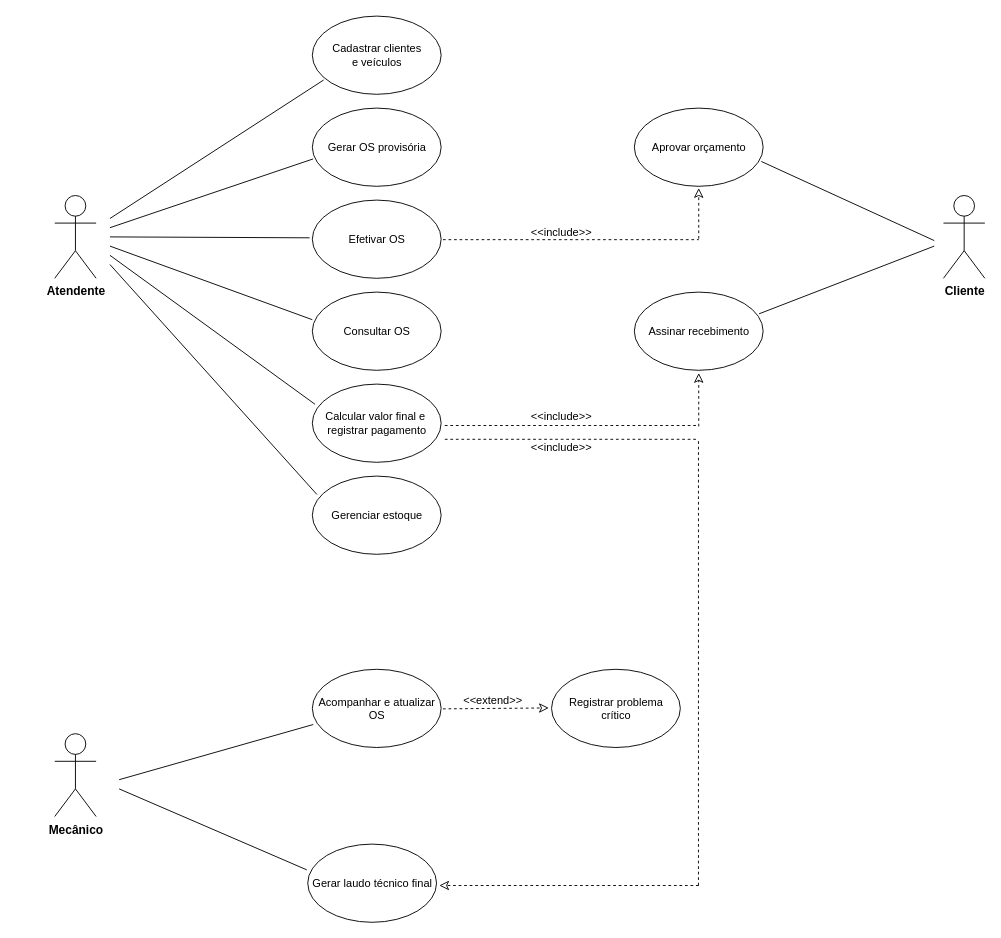
The draw.io diagram _docs/uml/diagrama-caso-uso.drawio in madrignani/motorlab, before the edit. Source tidied: cells renumbered, new cells numbered last; positions are measured from the earlier drawing's top-left corner, leaving out a move shared by most shapes. Both pictures are drawn from the tidied source at 92%, with x=0, y=0 at pixel (54, 16).
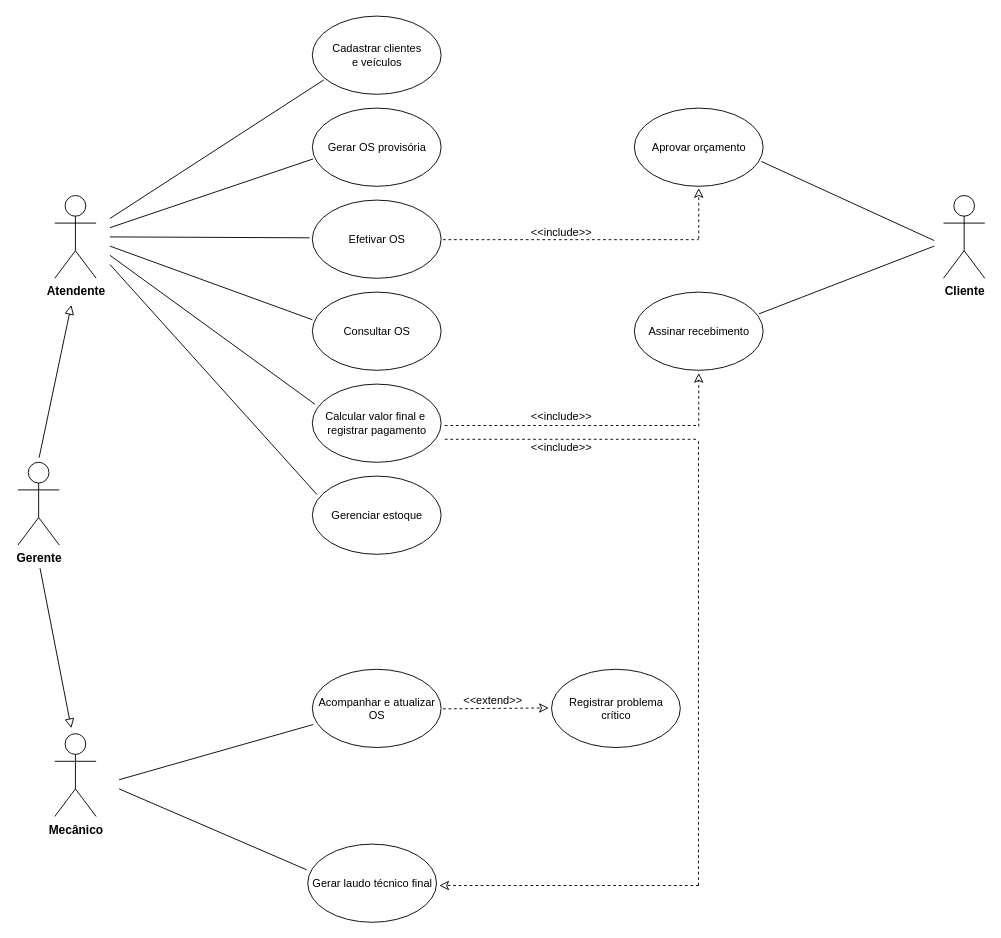
After the change.

Commit message (it also covers changes not shown here):
Melhorias no diagrama de Caso de Uso.

Diff of the diagram source:
```diff
@@
+    <mxCell id="60" value="Gerente" style="shape=umlActor;verticalLabelPosition=bottom;verticalAlign=top;html=1;fontFamily=Helvetica;fontSize=13;fontStyle=1;" parent="1" vertex="1">
+      <mxGeometry x="-40" y="485" width="45" height="90" as="geometry" />
+    </mxCell>
+    <mxCell id="61" style="endArrow=none;html=1;rounded=0;fontFamily=Helvetica;endFill=0;startArrow=block;startFill=0;strokeWidth=1;startSize=8;" parent="1" edge="1">
+      <mxGeometry relative="1" as="geometry">
+        <mxPoint x="18" y="314" as="sourcePoint" />
+        <mxPoint x="-17" y="480" as="targetPoint" />
+      </mxGeometry>
+    </mxCell>
+    <mxCell id="62" style="endArrow=none;html=1;rounded=0;fontFamily=Helvetica;endFill=0;startArrow=block;startFill=0;strokeWidth=1;startSize=8;" parent="1" edge="1">
+      <mxGeometry relative="1" as="geometry">
+        <mxPoint x="18" y="774" as="sourcePoint" />
+        <mxPoint x="-16" y="600" as="targetPoint" />
+      </mxGeometry>
+    </mxCell>
```
